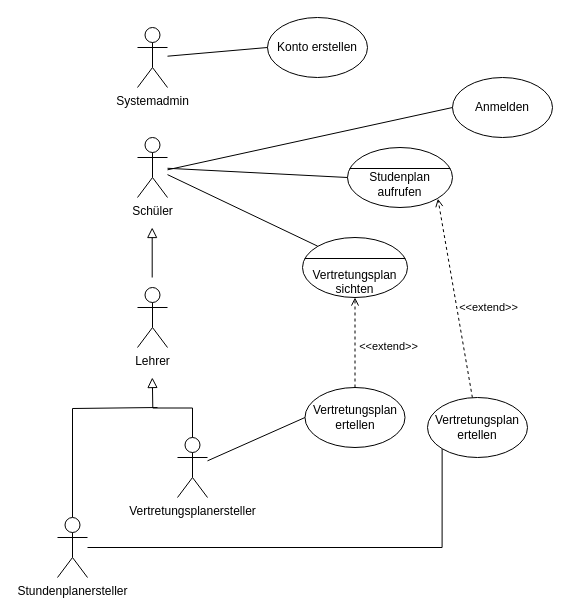
The draw.io diagram UseCase.drawio in TrainFan1804/SchulverwaltungUML, before the edit. Source tidied: cells renumbered, new cells numbered last; positions are measured from the earlier drawing's top-left corner, leaving out a move shared by most shapes. Both pictures are drawn from the tidied source at 100%, with x=0, y=0 at pixel (57, 17).
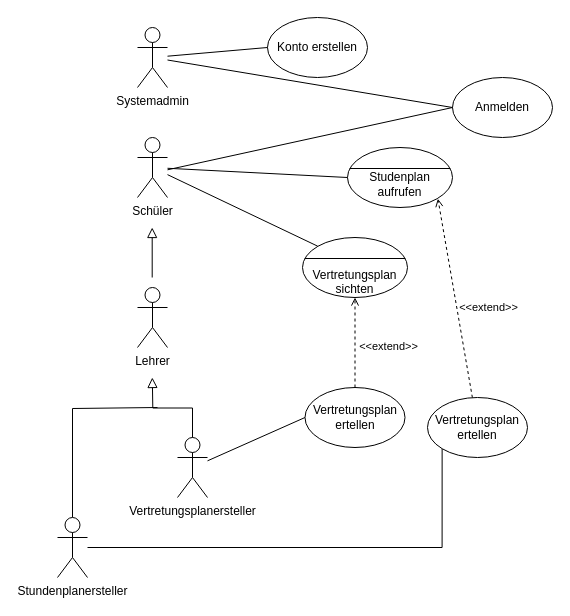
The same diagram, later.

Unchanged cells that the change refers to:
```xml
<mxCell id="5" value="&lt;div&gt;Anmelden&lt;/div&gt;" style="ellipse;whiteSpace=wrap;html=1;" parent="1" vertex="1">
  <mxGeometry x="395" y="60" width="100" height="60" as="geometry" />
</mxCell>
<mxCell id="9" value="&lt;div&gt;Systemadmin&lt;/div&gt;" style="shape=umlActor;html=1;verticalLabelPosition=bottom;verticalAlign=top;align=center;" parent="1" vertex="1">
  <mxGeometry x="80" y="10" width="30" height="60" as="geometry" />
</mxCell>
```

Diff of the diagram source:
```diff
@@
+    <mxCell id="28" style="rounded=0;jettySize=auto;html=1;entryX=0;entryY=0.5;entryDx=0;entryDy=0;endArrow=none;endFill=0;" parent="1" edge="1" source="9" target="5">
+      <mxGeometry relative="1" as="geometry" />
+    </mxCell>
```
